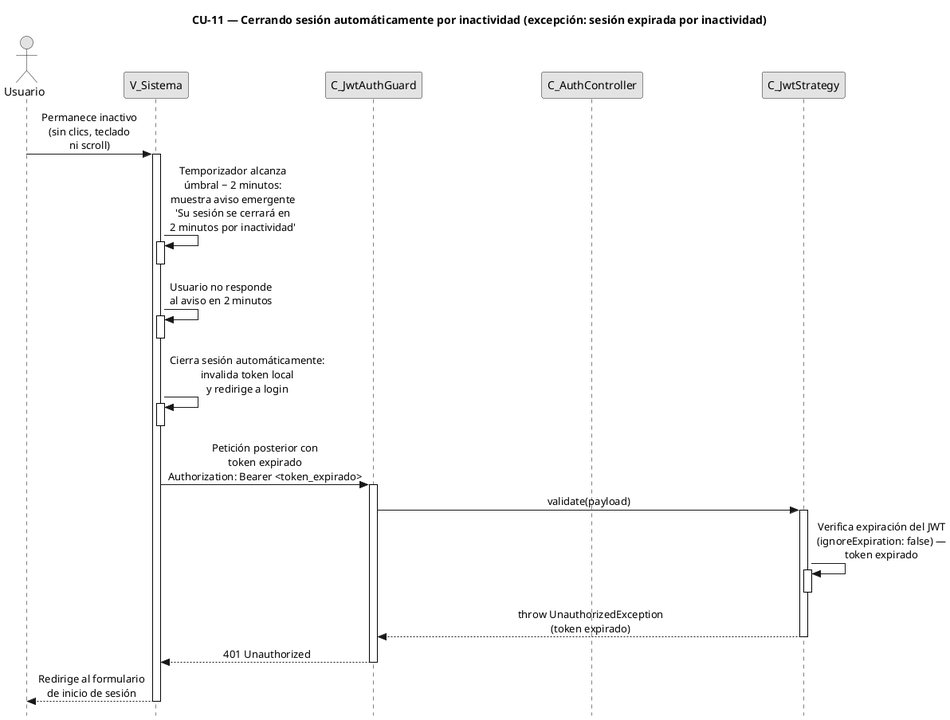
The PlantUML diagram diagramas-secuencia/CU11/CU11-exc-sesion-expirada.png in FSM-Finet-y-Cable-Magico/Team_1-Inventario-y-Bodega, before a commit.
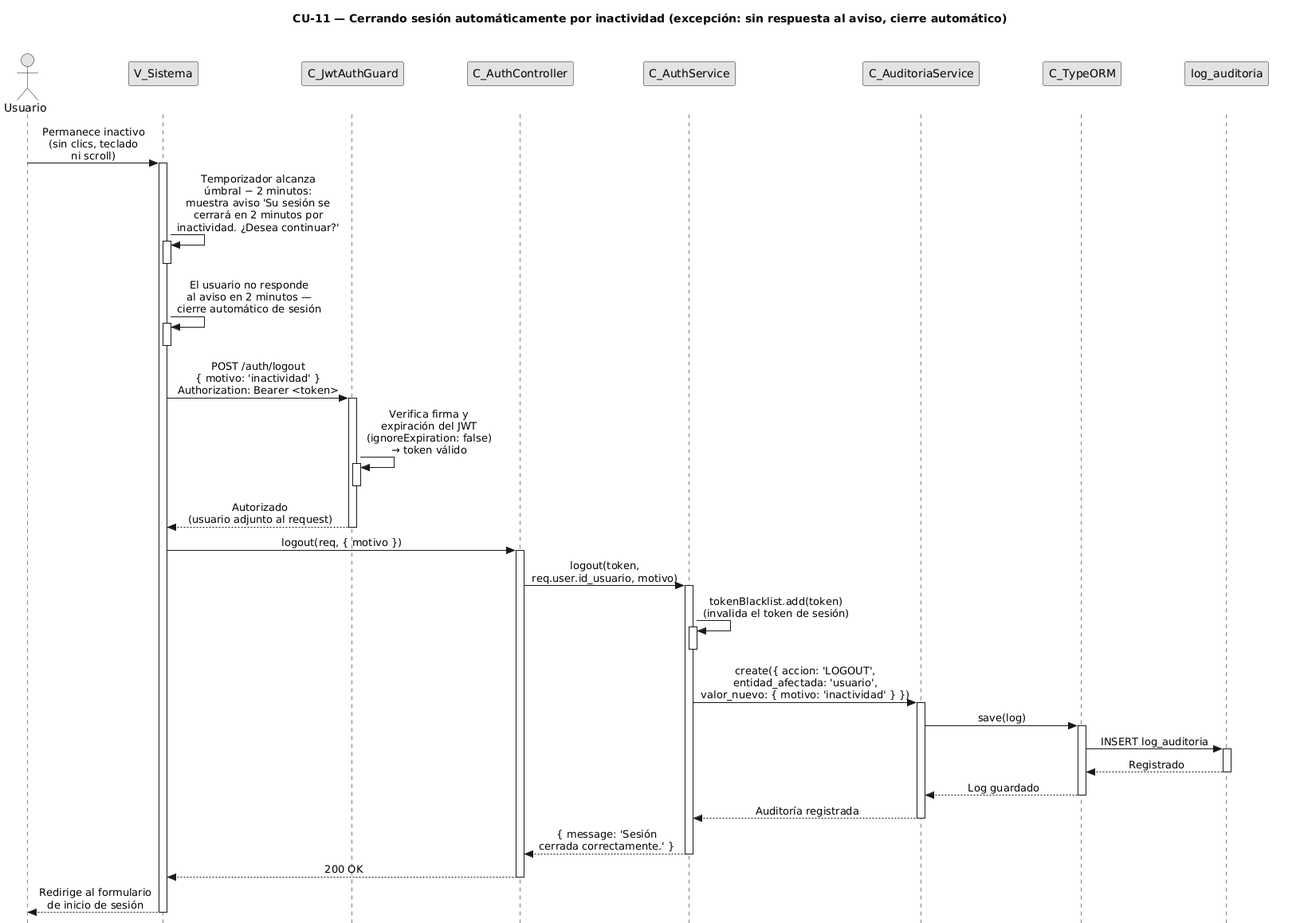
The same file after the commit.

What changed in the source:
```diff
@@ -1,12 +1,20 @@
 @startuml CU11-exc-sesion-expirada
-title CU-11 — Cerrando sesión automáticamente por inactividad (excepción: sesión expirada por inactividad)
+title CU-11 — Cerrando sesión automáticamente por inactividad (excepción: sin respuesta al aviso, cierre automático)
 
 skinparam style strictuml
 skinparam monochrome true
 skinparam shadowing false
 skinparam sequenceMessageAlign center
-skinparam ParticipantPadding 70
-skinparam ActorPadding 30
+<style>
+sequenceDiagram {
+  participant {
+    Margin 35
+  }
+  actor {
+    Margin 15
+  }
+}
+</style>
 skinparam sequence {
   MessageAlign center
   LifeLineBorderColor black
@@ -17,38 +25,64 @@
 participant "V_Sistema" as view
 participant "C_JwtAuthGuard" as guard
 participant "C_AuthController" as ctrl
-participant "C_JwtStrategy" as strat
+participant "C_AuthService" as svc
+participant "C_AuditoriaService" as aud
+participant "C_TypeORM" as orm
+participant "log_auditoria" as aent
 
 user -> view : Permanece inactivo\n(sin clics, teclado\nni scroll)
 activate view
 
-view -> view : Temporizador alcanza\númbral − 2 minutos:\nmuestra aviso emergente\n'Su sesión se cerrará en\n2 minutos por inactividad'
+view -> view : Temporizador alcanza\númbral − 2 minutos:\nmuestra aviso 'Su sesión se\ncerrará en 2 minutos por\ninactividad. ¿Desea continuar?'
 activate view
 deactivate view
 
-view -> view : Usuario no responde\nal aviso en 2 minutos
+view -> view : El usuario no responde\nal aviso en 2 minutos —\ncierre automático de sesión
 activate view
 deactivate view
 
-view -> view : Cierra sesión automáticamente:\ninvalida token local\ny redirige a login
-activate view
-deactivate view
-
-view -> guard : Petición posterior con\ntoken expirado\nAuthorization: Bearer <token_expirado>
+view -> guard : POST /auth/logout\n{ motivo: 'inactividad' }\nAuthorization: Bearer <token>
 activate guard
 
-guard -> strat : validate(payload)
-activate strat
+guard -> guard : Verifica firma y\nexpiración del JWT\n(ignoreExpiration: false)\n→ token válido
+activate guard
+deactivate guard
 
-strat -> strat : Verifica expiración del JWT\n(ignoreExpiration: false) —\ntoken expirado
-activate strat
-deactivate strat
+guard --> view : Autorizado\n(usuario adjunto al request)
+deactivate guard
 
-strat --> guard : throw UnauthorizedException\n(token expirado)
-deactivate strat
+view -> ctrl : logout(req, { motivo })
+activate ctrl
 
-guard --> view : 401 Unauthorized
-deactivate guard
+ctrl -> svc : logout(token,\nreq.user.id_usuario, motivo)
+activate svc
+
+svc -> svc : tokenBlacklist.add(token)\n(invalida el token de sesión)
+activate svc
+deactivate svc
+
+svc -> aud : create({ accion: 'LOGOUT',\nentidad_afectada: 'usuario',\nvalor_nuevo: { motivo: 'inactividad' } })
+activate aud
+
+aud -> orm : save(log)
+activate orm
+
+orm -> aent : INSERT log_auditoria
+activate aent
+aent --> orm : Registrado
+deactivate aent
+
+orm --> aud : Log guardado
+deactivate orm
+
+aud --> svc : Auditoría registrada
+deactivate aud
+
+svc --> ctrl : { message: 'Sesión\ncerrada correctamente.' }
+deactivate svc
+
+ctrl --> view : 200 OK
+deactivate ctrl
 
 view --> user : Redirige al formulario\nde inicio de sesión
 deactivate view
```
